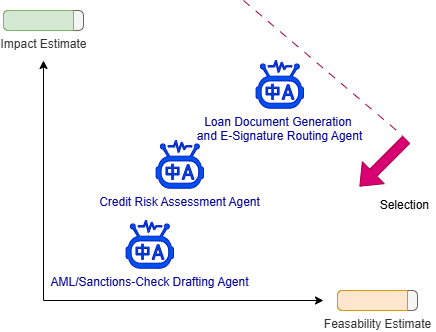
Before: images/0207_asismodelagentsplanningmatrix.png, a diagram exported from draw.io (jalaliamin/bpdi). Source tidied: cells renumbered, new cells last; positions are measured from the earlier drawing's top-left corner, leaving out a move shared by most shapes.
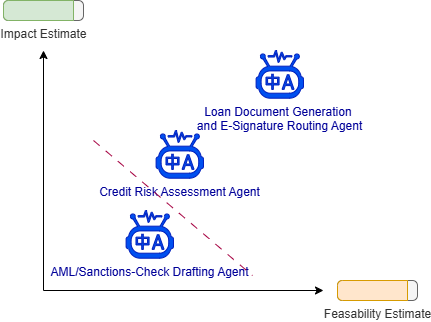
The same diagram one commit later.

Change to the diagram source:
```diff
@@ -37,18 +37,9 @@
     </mxCell>
     <mxCell id="11" style="endArrow=none;html=1;rounded=0;dashed=1;dashPattern=8 8;fillColor=#d80073;strokeColor=#A50040;" parent="1" edge="1">
       <mxGeometry relative="1" as="geometry">
-        <mxPoint x="240" as="sourcePoint" />
-        <mxPoint x="399" y="135" as="targetPoint" />
+        <mxPoint x="90" y="150" as="sourcePoint" />
+        <mxPoint x="249" y="285" as="targetPoint" />
       </mxGeometry>
     </mxCell>
-    <mxCell id="12" style="shape=flexArrow;endArrow=classic;html=1;rounded=0;fillColor=#d80073;strokeColor=#A50040;" parent="1" edge="1">
-      <mxGeometry relative="1" as="geometry">
-        <mxPoint x="403" y="139" as="sourcePoint" />
-        <mxPoint x="356" y="186" as="targetPoint" />
-      </mxGeometry>
-    </mxCell>
-    <mxCell id="13" value="Selection&amp;nbsp;" style="text;html=1;whiteSpace=wrap;strokeColor=none;fillColor=none;align=center;verticalAlign=middle;rounded=0;" parent="1" vertex="1">
-      <mxGeometry x="373" y="190" width="60" height="30" as="geometry" />
-    </mxCell>
   </root>
 </mxGraphModel>
```
